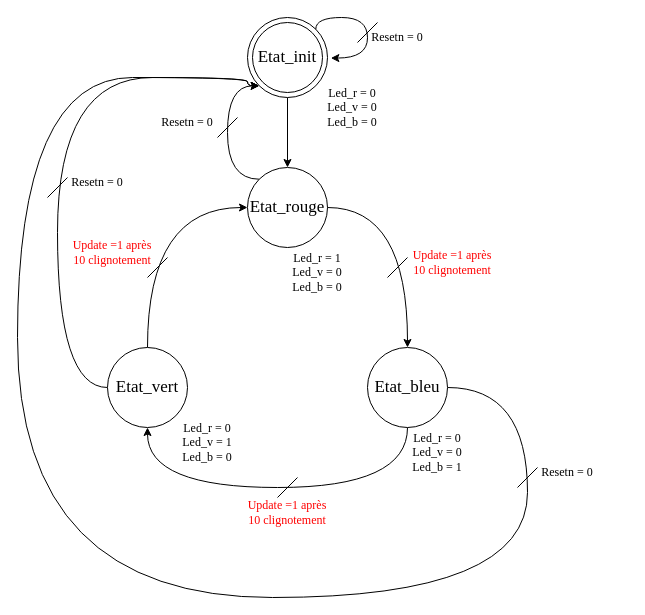
Chombac/POEI_FPGA_CC keeps this draw.io diagram as TP5_Cross_clock_domain/TP5_Q1_1.drawio. Above is the earlier version. Source tidied: cells renumbered, new cells numbered last; positions are measured from the earlier drawing's top-left corner, leaving out a move shared by most shapes. Both pictures are drawn from the tidied source at 100%, with x=0, y=0 at pixel (17, 17).
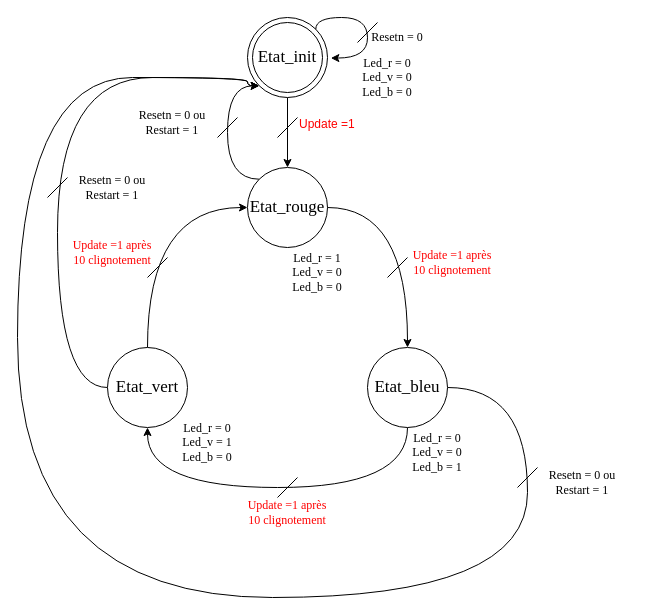
Above is the later version.

Change to the diagram source:
```diff
@@
     <mxCell id="24" value="&lt;div&gt;Led_r = 0&lt;/div&gt;&lt;div&gt;Led_v = 0&lt;/div&gt;&lt;div&gt;Led_b = 0&lt;/div&gt;" style="text;html=1;whiteSpace=wrap;strokeColor=none;fillColor=none;align=center;verticalAlign=middle;rounded=0;fontFamily=Times New Roman;" parent="1" vertex="1">
-      <mxGeometry x="305" y="75" width="60" height="30" as="geometry" />
+      <mxGeometry x="340" y="45" width="60" height="30" as="geometry" />
     </mxCell>
@@
-    <mxCell id="29" value="&lt;div&gt;Resetn = 0&lt;/div&gt;" style="text;html=1;whiteSpace=wrap;strokeColor=none;fillColor=none;align=center;verticalAlign=middle;rounded=0;fontFamily=Times New Roman;" parent="1" vertex="1">
-      <mxGeometry x="520" y="440" width="60" height="30" as="geometry" />
-    </mxCell>
-    <mxCell id="30" value="&lt;div&gt;Resetn = 0&lt;/div&gt;" style="text;html=1;whiteSpace=wrap;strokeColor=none;fillColor=none;align=center;verticalAlign=middle;rounded=0;fontFamily=Times New Roman;" parent="1" vertex="1">
-      <mxGeometry x="50" y="150" width="60" height="30" as="geometry" />
-    </mxCell>
-    <mxCell id="31" value="&lt;div&gt;Resetn = 0&lt;/div&gt;" style="text;html=1;whiteSpace=wrap;strokeColor=none;fillColor=none;align=center;verticalAlign=middle;rounded=0;fontFamily=Times New Roman;" parent="1" vertex="1">
-      <mxGeometry x="140" y="90" width="60" height="30" as="geometry" />
+    <mxCell id="31" value="&lt;div&gt;Resetn = 0 ou Restart = 1&lt;/div&gt;" style="text;html=1;whiteSpace=wrap;strokeColor=none;fillColor=none;align=center;verticalAlign=middle;rounded=0;fontFamily=Times New Roman;" parent="1" vertex="1">
+      <mxGeometry x="110" y="90" width="90" height="30" as="geometry" />
     </mxCell>
@@
+    <mxCell id="39" value="&lt;div&gt;Resetn = 0 ou Restart = 1&lt;/div&gt;" style="text;html=1;whiteSpace=wrap;strokeColor=none;fillColor=none;align=center;verticalAlign=middle;rounded=0;fontFamily=Times New Roman;" parent="1" vertex="1">
+      <mxGeometry x="50" y="155" width="90" height="30" as="geometry" />
+    </mxCell>
+    <mxCell id="40" value="&lt;div&gt;Resetn = 0 ou Restart = 1&lt;/div&gt;" style="text;html=1;whiteSpace=wrap;strokeColor=none;fillColor=none;align=center;verticalAlign=middle;rounded=0;fontFamily=Times New Roman;" parent="1" vertex="1">
+      <mxGeometry x="520" y="450" width="90" height="30" as="geometry" />
+    </mxCell>
+    <mxCell id="41" style="endArrow=none;html=1;rounded=0;" parent="1" edge="1">
+      <mxGeometry relative="1" as="geometry">
+        <mxPoint x="260" y="120" as="sourcePoint" />
+        <mxPoint x="280" y="100" as="targetPoint" />
+      </mxGeometry>
+    </mxCell>
+    <mxCell id="42" value="&lt;span style=&quot;color: rgb(255, 0, 0);&quot;&gt;Update =1&lt;/span&gt;" style="text;whiteSpace=wrap;html=1;" parent="1" vertex="1">
+      <mxGeometry x="280" y="93" width="80" height="40" as="geometry" />
+    </mxCell>
```
